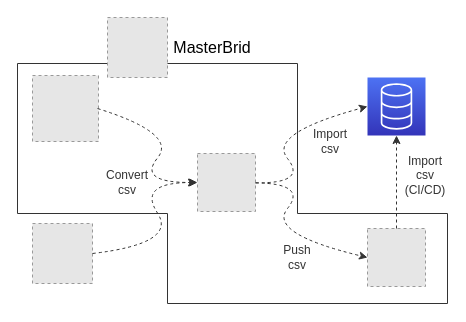
yukiarrr/SSBird keeps this draw.io diagram as docs/drawio/ssbird-role.drawio. Above is the earlier version. Source tidied: cells renumbered, new cells numbered last; positions are measured from the earlier drawing's top-left corner, leaving out a move shared by most shapes. Both pictures are drawn from the tidied source at 100%, with x=0, y=0 at pixel (17, 17). Pictures stored in the file or linked from it are replaced by grey dashed boxes.
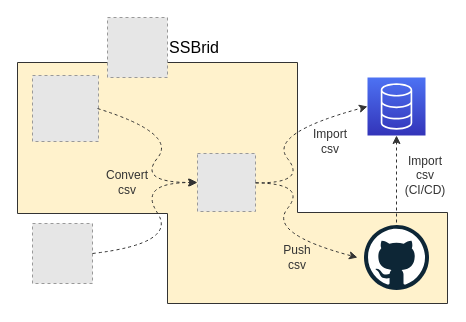
The same page after the edit.

Unchanged cells that the change refers to:
```xml
<mxCell id="4" style="outlineConnect=0;fontColor=#232F3E;gradientColor=#4D72F3;gradientDirection=north;fillColor=#3334B9;strokeColor=#ffffff;dashed=0;verticalLabelPosition=bottom;verticalAlign=top;align=center;html=1;fontSize=12;fontStyle=0;shape=mxgraph.aws4.resourceIcon;resIcon=mxgraph.aws4.database;" parent="1" vertex="1">
  <mxGeometry x="350" y="60" width="58" height="58" as="geometry" />
</mxCell>
<mxCell id="6" style="fillColor=#E6E6E6;strokeColor=#999999;dashed=1;html=1;verticalAlign=top;verticalLabelPosition=bottom;labelBackgroundColor=#ffffff;" parent="1" vertex="1">
  <mxGeometry x="180" y="136" width="58" height="58" as="geometry" />
</mxCell>
```

Diff of the diagram source:
```diff
@@
+    <mxCell id="26" style="rounded=0;whiteSpace=wrap;html=1;strokeColor=#FFF2CC;fillColor=#FFF2CC;" parent="1" vertex="1">
+      <mxGeometry x="150" y="195" width="280" height="90" as="geometry" />
+    </mxCell>
+    <mxCell id="27" style="rounded=0;whiteSpace=wrap;html=1;fillColor=#FFF2CC;strokeColor=#FFF2CC;" parent="1" vertex="1">
+      <mxGeometry y="45" width="280" height="150" as="geometry" />
+    </mxCell>
@@
-    <mxCell id="5" style="fillColor=#E6E6E6;strokeColor=#999999;dashed=1;verticalLabelPosition=bottom;labelBackgroundColor=#ffffff;verticalAlign=top;" parent="1" vertex="1">
-      <mxGeometry x="350" y="211" width="58" height="58" as="geometry" />
-    </mxCell>
@@
-    <mxCell id="8" style="curved=1;endArrow=classic;html=1;entryX=0;entryY=0.5;entryDx=0;entryDy=0;strokeColor=#333333;dashed=1;" parent="1" edge="1" source="6" target="5">
+    <mxCell id="8" style="curved=1;endArrow=classic;html=1;strokeColor=#333333;dashed=1;" parent="1" edge="1" source="6">
       <mxGeometry relative="1" as="geometry">
+        <mxPoint x="340" y="240" as="targetPoint" />
         <Array as="points">
           <mxPoint x="290" y="166" />
           <mxPoint x="250" y="216" />
         </Array>
       </mxGeometry>
     </mxCell>
@@
-    <mxCell id="15" style="endArrow=classic;html=1;strokeColor=#333333;exitX=0.5;exitY=0;exitDx=0;exitDy=0;dashed=1;" parent="1" edge="1" source="5" target="4">
-      <mxGeometry relative="1" as="geometry" />
+    <mxCell id="15" style="endArrow=classic;html=1;strokeColor=#333333;dashed=1;" parent="1" edge="1" target="4">
+      <mxGeometry relative="1" as="geometry">
+        <mxPoint x="379" y="205" as="sourcePoint" />
+      </mxGeometry>
     </mxCell>
     <mxCell id="16" style="endArrow=none;html=1;strokeColor=#333333;" parent="1" edge="1">
       <mxGeometry relative="1" as="geometry">
-        <mxPoint y="46" as="sourcePoint" />
-        <mxPoint x="280" y="46" as="targetPoint" />
+        <mxPoint y="45" as="sourcePoint" />
+        <mxPoint x="280" y="45" as="targetPoint" />
       </mxGeometry>
     </mxCell>
     <mxCell id="17" style="endArrow=none;html=1;strokeColor=#333333;" parent="1" edge="1">
       <mxGeometry relative="1" as="geometry">
         <mxPoint y="196" as="sourcePoint" />
-        <mxPoint y="46" as="targetPoint" />
+        <mxPoint y="45" as="targetPoint" />
       </mxGeometry>
     </mxCell>
@@
-    <mxCell id="19" style="endArrow=none;html=1;strokeColor=#333333;" parent="1" edge="1">
+    <mxCell id="19" style="endArrow=none;html=1;strokeColor=#333333;entryX=1;entryY=0;entryDx=0;entryDy=0;" parent="1" edge="1" target="26">
       <mxGeometry relative="1" as="geometry">
         <mxPoint x="430" y="286" as="sourcePoint" />
-        <mxPoint x="430" y="196" as="targetPoint" />
       </mxGeometry>
     </mxCell>
     <mxCell id="20" style="endArrow=none;html=1;strokeColor=#333333;" parent="1" edge="1">
       <mxGeometry relative="1" as="geometry">
-        <mxPoint x="280" y="196" as="sourcePoint" />
-        <mxPoint x="430" y="196" as="targetPoint" />
+        <mxPoint x="280" y="195" as="sourcePoint" />
+        <mxPoint x="430" y="195" as="targetPoint" />
       </mxGeometry>
     </mxCell>
-    <mxCell id="21" style="endArrow=none;html=1;strokeColor=#333333;" parent="1" edge="1">
+    <mxCell id="21" style="endArrow=none;html=1;strokeColor=#333333;entryX=1;entryY=0;entryDx=0;entryDy=0;" parent="1" edge="1" target="27">
       <mxGeometry relative="1" as="geometry">
-        <mxPoint x="280" y="196" as="sourcePoint" />
-        <mxPoint x="280" y="46" as="targetPoint" />
+        <mxPoint x="280" y="195" as="sourcePoint" />
       </mxGeometry>
     </mxCell>
@@
-    <mxCell id="25" value="&lt;font style=&quot;font-size: 16px&quot;&gt;MasterBrid&lt;/font&gt;" style="text;html=1;strokeColor=none;fillColor=none;align=center;verticalAlign=middle;whiteSpace=wrap;rounded=0;" parent="1" vertex="1">
-      <mxGeometry x="175" y="20" width="40" height="20" as="geometry" />
+    <mxCell id="25" value="&lt;font style=&quot;font-size: 16px&quot;&gt;SSBrid&lt;/font&gt;" style="text;html=1;strokeColor=none;fillColor=none;align=center;verticalAlign=middle;whiteSpace=wrap;rounded=0;" parent="1" vertex="1">
+      <mxGeometry x="157" y="20" width="40" height="20" as="geometry" />
     </mxCell>
+    <mxCell id="28" style="dashed=0;html=1;align=center;labelPosition=center;verticalLabelPosition=bottom;verticalAlign=top;shape=mxgraph.weblogos.github;strokeColor=#FFD966;fillColor=#CDFFAB;" parent="1" vertex="1">
+      <mxGeometry x="346.5" y="207.5" width="65" height="65" as="geometry" />
+    </mxCell>
```
